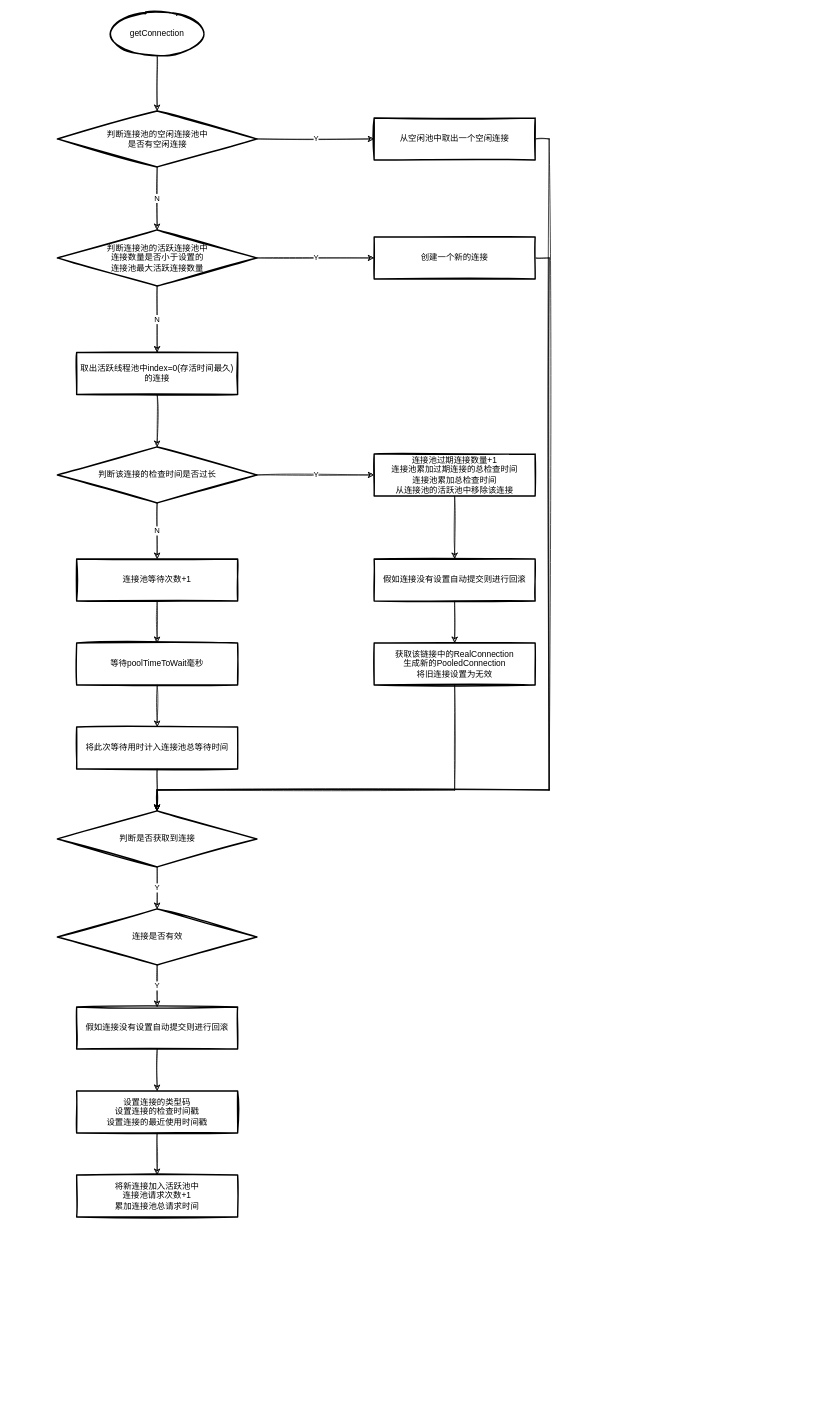
kpsmile95/file-repository keeps this draw.io diagram as draw-io/pool.drawio. Above is the earlier version. Source tidied: cells renumbered, new cells numbered last; positions are measured from the earlier drawing's top-left corner, leaving out a move shared by most shapes. Both pictures are drawn from the tidied source at 70%, with x=0, y=0 at pixel (57, 13).
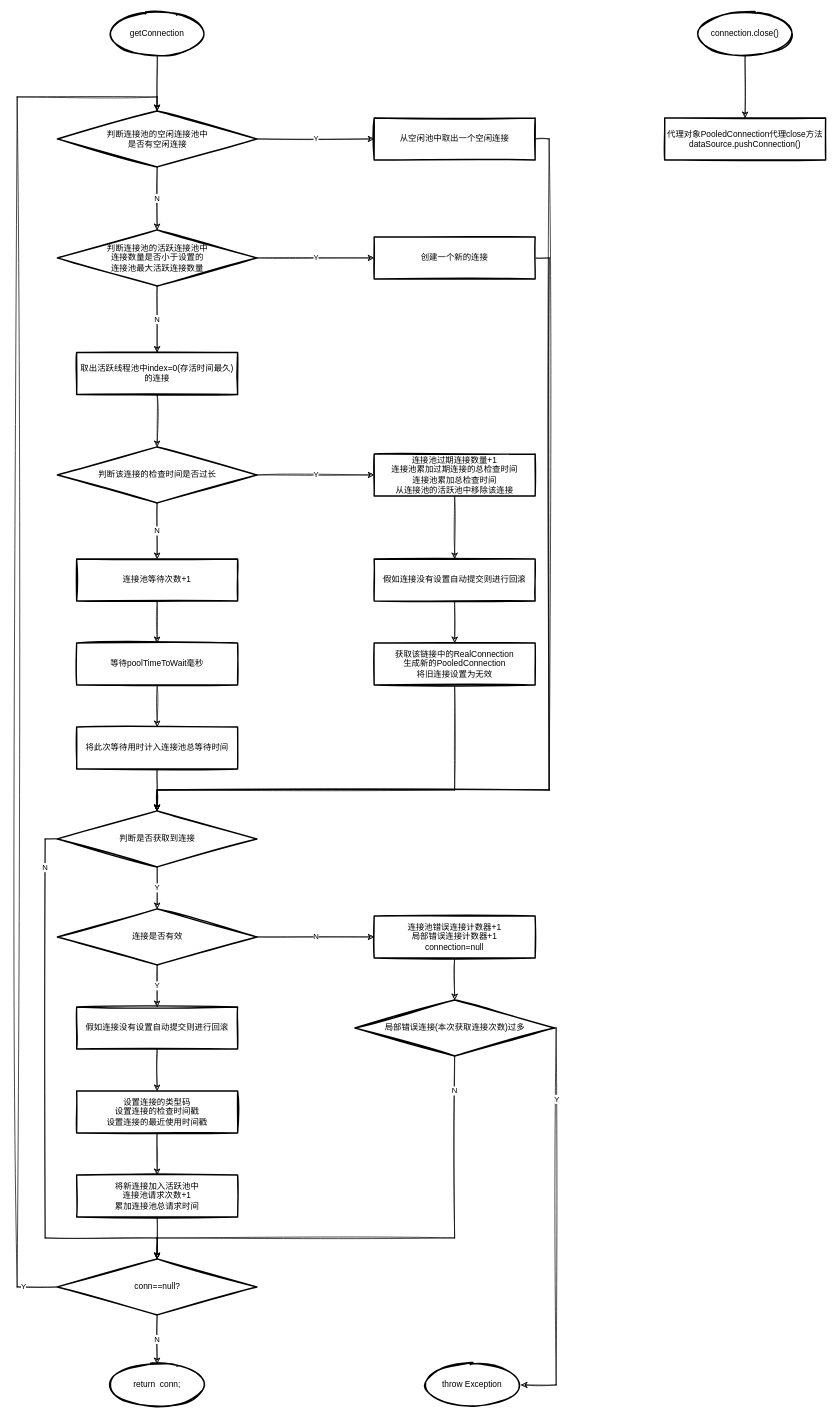
After the change.

Unchanged cells that the change refers to:
```xml
<mxCell id="9" value="判断连接池的空闲连接池中&lt;br&gt;是否有空闲连接" style="rhombus;whiteSpace=wrap;html=1;strokeWidth=2;sketch=1;" parent="1" vertex="1">
  <mxGeometry x="-0.5" y="140" width="285" height="80" as="geometry" />
</mxCell>
<mxCell id="22" value="判断是否获取到连接" style="rhombus;whiteSpace=wrap;html=1;strokeWidth=2;sketch=1;" parent="1" vertex="1">
  <mxGeometry x="-0.5" y="1140" width="285" height="80" as="geometry" />
</mxCell>
<mxCell id="34" value="连接是否有效" style="rhombus;whiteSpace=wrap;html=1;strokeWidth=2;sketch=1;" parent="1" vertex="1">
  <mxGeometry x="-0.5" y="1280" width="285" height="80" as="geometry" />
</mxCell>
<mxCell id="39" value="将新连接加入活跃池中&lt;br&gt;连接池请求次数+1&lt;br&gt;累加连接池总请求时间" style="whiteSpace=wrap;html=1;strokeWidth=2;sketch=1;" parent="1" vertex="1">
  <mxGeometry x="27" y="1660" width="230" height="60" as="geometry" />
</mxCell>
```

What changed in the source:
```diff
@@
+    <mxCell id="40" value="N" style="edgeStyle=orthogonalEdgeStyle;rounded=0;sketch=1;jettySize=auto;html=1;exitX=0;exitY=0.5;exitDx=0;exitDy=0;entryX=0.5;entryY=0;entryDx=0;entryDy=0;" parent="1" edge="1" source="22" target="51">
+      <mxGeometry x="-0.85" relative="1" as="geometry">
+        <Array as="points">
+          <mxPoint x="-18" y="1180" />
+          <mxPoint x="-18" y="1750" />
+          <mxPoint x="142" y="1750" />
+        </Array>
+      </mxGeometry>
+    </mxCell>
@@
+    <mxCell id="41" value="N" style="edgeStyle=orthogonalEdgeStyle;rounded=0;jettySize=auto;html=1;exitX=1;exitY=0.5;exitDx=0;exitDy=0;entryX=0;entryY=0.5;entryDx=0;entryDy=0;sketch=1;" parent="1" edge="1" source="34" target="44">
+      <mxGeometry relative="1" as="geometry" />
+    </mxCell>
@@
+    <mxCell id="42" style="edgeStyle=orthogonalEdgeStyle;rounded=0;sketch=1;jettySize=auto;html=1;exitX=0.5;exitY=1;exitDx=0;exitDy=0;" parent="1" edge="1" source="39" target="51">
+      <mxGeometry relative="1" as="geometry" />
+    </mxCell>
@@
+    <mxCell id="43" style="edgeStyle=orthogonalEdgeStyle;rounded=0;sketch=1;jettySize=auto;html=1;exitX=0.5;exitY=1;exitDx=0;exitDy=0;entryX=0.5;entryY=0;entryDx=0;entryDy=0;" parent="1" edge="1" source="44" target="48">
+      <mxGeometry relative="1" as="geometry" />
+    </mxCell>
+    <mxCell id="44" value="连接池错误连接计数器+1&lt;br&gt;局部错误连接计数器+1&lt;br&gt;connection=null" style="whiteSpace=wrap;html=1;strokeWidth=2;sketch=1;" parent="1" vertex="1">
+      <mxGeometry x="452" y="1290" width="230" height="60" as="geometry" />
+    </mxCell>
+    <mxCell id="45" value="N" style="edgeStyle=orthogonalEdgeStyle;rounded=0;sketch=1;jettySize=auto;html=1;exitX=0.5;exitY=1;exitDx=0;exitDy=0;entryX=0.5;entryY=0;entryDx=0;entryDy=0;" parent="1" edge="1" source="48" target="51">
+      <mxGeometry x="-0.86" relative="1" as="geometry">
+        <Array as="points">
+          <mxPoint x="567" y="1750" />
+          <mxPoint x="142" y="1750" />
+        </Array>
+      </mxGeometry>
+    </mxCell>
+    <mxCell id="46" style="edgeStyle=orthogonalEdgeStyle;rounded=0;sketch=1;jettySize=auto;html=1;exitX=1;exitY=0.5;exitDx=0;exitDy=0;entryX=1;entryY=0.5;entryDx=0;entryDy=0;entryPerimeter=0;" parent="1" edge="1" source="48" target="53">
+      <mxGeometry relative="1" as="geometry">
+        <Array as="points">
+          <mxPoint x="712" y="1450" />
+          <mxPoint x="712" y="1960" />
+        </Array>
+      </mxGeometry>
+    </mxCell>
+    <mxCell id="47" value="Y" style="edgeLabel;html=1;align=center;verticalAlign=middle;" parent="46" vertex="1">
+      <mxGeometry x="-0.63" relative="1" as="geometry" />
+    </mxCell>
+    <mxCell id="48" value="局部错误连接(本次获取连接次数)过多" style="rhombus;whiteSpace=wrap;html=1;strokeWidth=2;sketch=1;" parent="1" vertex="1">
+      <mxGeometry x="424.5" y="1410" width="285" height="80" as="geometry" />
+    </mxCell>
+    <mxCell id="49" value="Y" style="edgeStyle=orthogonalEdgeStyle;rounded=0;sketch=1;jettySize=auto;html=1;exitX=0;exitY=0.5;exitDx=0;exitDy=0;entryX=0.5;entryY=0;entryDx=0;entryDy=0;" parent="1" edge="1" source="51" target="9">
+      <mxGeometry x="-0.95" relative="1" as="geometry">
+        <Array as="points">
+          <mxPoint x="-58" y="1820" />
+          <mxPoint x="-58" y="120" />
+          <mxPoint x="142" y="120" />
+        </Array>
+      </mxGeometry>
+    </mxCell>
+    <mxCell id="50" value="N" style="edgeStyle=orthogonalEdgeStyle;rounded=0;sketch=1;jettySize=auto;html=1;exitX=0.5;exitY=1;exitDx=0;exitDy=0;entryX=0.5;entryY=0;entryDx=0;entryDy=0;entryPerimeter=0;" parent="1" edge="1" source="51" target="52">
+      <mxGeometry relative="1" as="geometry" />
+    </mxCell>
+    <mxCell id="51" value="conn==null?" style="rhombus;whiteSpace=wrap;html=1;strokeWidth=2;sketch=1;" parent="1" vertex="1">
+      <mxGeometry x="-0.5" y="1780" width="285" height="80" as="geometry" />
+    </mxCell>
+    <mxCell id="52" value="return&amp;nbsp; conn;" style="strokeWidth=2;html=1;shape=mxgraph.flowchart.start_1;whiteSpace=wrap;sketch=1;" parent="1" vertex="1">
+      <mxGeometry x="72" y="1930" width="140" height="60" as="geometry" />
+    </mxCell>
+    <mxCell id="53" value="throw Exception" style="strokeWidth=2;html=1;shape=mxgraph.flowchart.start_1;whiteSpace=wrap;sketch=1;" parent="1" vertex="1">
+      <mxGeometry x="522" y="1930" width="140" height="60" as="geometry" />
+    </mxCell>
+    <mxCell id="54" style="edgeStyle=orthogonalEdgeStyle;rounded=0;sketch=1;jettySize=auto;html=1;exitX=0.5;exitY=1;exitDx=0;exitDy=0;exitPerimeter=0;entryX=0.5;entryY=0;entryDx=0;entryDy=0;" parent="1" edge="1" source="55" target="56">
+      <mxGeometry relative="1" as="geometry" />
+    </mxCell>
+    <mxCell id="55" value="connection.close()" style="strokeWidth=2;html=1;shape=mxgraph.flowchart.start_1;whiteSpace=wrap;sketch=1;" parent="1" vertex="1">
+      <mxGeometry x="912" width="140" height="60" as="geometry" />
+    </mxCell>
+    <mxCell id="56" value="代理对象PooledConnection代理close方法&lt;br&gt;dataSource.pushConnection()" style="whiteSpace=wrap;html=1;strokeWidth=2;sketch=1;" parent="1" vertex="1">
+      <mxGeometry x="867" y="150" width="230" height="60" as="geometry" />
+    </mxCell>
```
